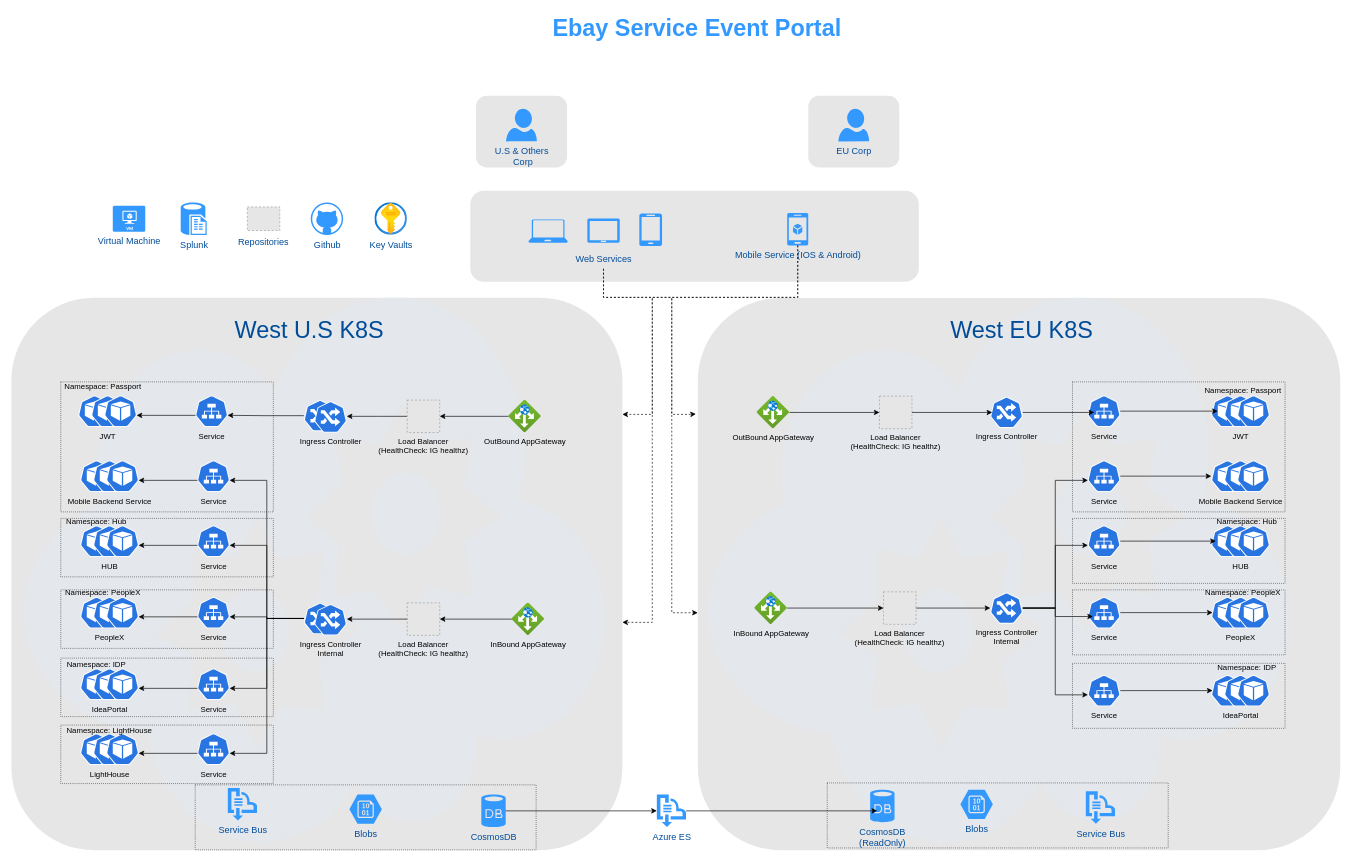
GallonFan/hello_world_java keeps this draw.io diagram as .drawio. Above is the earlier version. Source tidied: cells renumbered, new cells numbered last; positions are measured from the earlier drawing's top-left corner, leaving out a move shared by most shapes. Both pictures are drawn from the tidied source at 65%, with x=0, y=0 at pixel (11, 11). Pictures stored in the file or linked from it are replaced by grey dashed boxes.
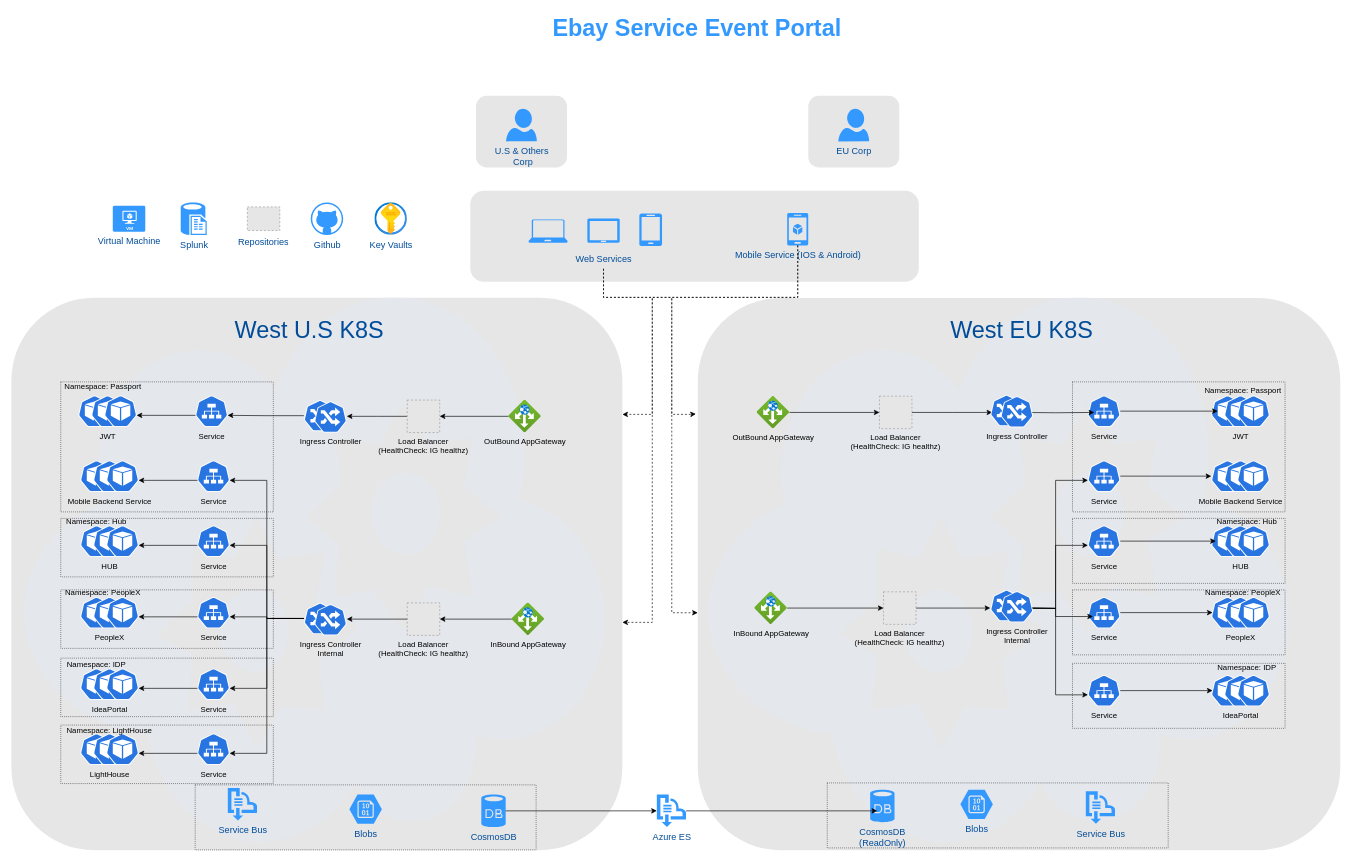
Above is the later version.

Unchanged cells that the change refers to:
```xml
<mxCell id="41" value="Load Balancer&#10;(HealthCheck: IG healthz)" style="fillColor=#E6E6E6;strokeColor=#999999;dashed=1;verticalLabelPosition=bottom;labelBackgroundColor=none;verticalAlign=top;" parent="1" vertex="1">
  <mxGeometry x="1341.8" y="893" width="50" height="50" as="geometry" />
</mxCell>
<mxCell id="42" value="Load Balancer&#10;(HealthCheck: IG healthz)" style="fillColor=#E6E6E6;strokeColor=#999999;dashed=1;verticalLabelPosition=bottom;labelBackgroundColor=none;verticalAlign=top;" parent="1" vertex="1">
  <mxGeometry x="1335.5" y="592" width="50" height="50" as="geometry" />
</mxCell>
<mxCell id="94" value="Service" style="sketch=0;html=1;dashed=0;whitespace=wrap;fillColor=#2875E2;strokeColor=#ffffff;points=[[0.005,0.63,0],[0.1,0.2,0],[0.9,0.2,0],[0.5,0,0],[0.995,0.63,0],[0.72,0.99,0],[0.5,1,0],[0.28,0.99,0]];verticalLabelPosition=bottom;align=center;verticalAlign=top;shape=mxgraph.kubernetes.icon;prIcon=svc;" parent="93" vertex="1">
  <mxGeometry width="50" height="50" as="geometry" />
</mxCell>
<mxCell id="106" value="Service" style="sketch=0;html=1;dashed=0;whitespace=wrap;fillColor=#2875E2;strokeColor=#ffffff;points=[[0.005,0.63,0],[0.1,0.2,0],[0.9,0.2,0],[0.5,0,0],[0.995,0.63,0],[0.72,0.99,0],[0.5,1,0],[0.28,0.99,0]];verticalLabelPosition=bottom;align=center;verticalAlign=top;shape=mxgraph.kubernetes.icon;prIcon=svc;fontStyle=0;" parent="100" vertex="1">
  <mxGeometry width="50" height="50" as="geometry" />
</mxCell>
<mxCell id="112" value="Service" style="sketch=0;html=1;dashed=0;whitespace=wrap;fillColor=#2875E2;strokeColor=#ffffff;points=[[0.005,0.63,0],[0.1,0.2,0],[0.9,0.2,0],[0.5,0,0],[0.995,0.63,0],[0.72,0.99,0],[0.5,1,0],[0.28,0.99,0]];verticalLabelPosition=bottom;align=center;verticalAlign=top;shape=mxgraph.kubernetes.icon;prIcon=svc;" parent="107" vertex="1">
  <mxGeometry width="50" height="50" as="geometry" />
</mxCell>
<mxCell id="119" value="Service" style="sketch=0;html=1;dashed=0;whitespace=wrap;fillColor=#2875E2;strokeColor=#ffffff;points=[[0.005,0.63,0],[0.1,0.2,0],[0.9,0.2,0],[0.5,0,0],[0.995,0.63,0],[0.72,0.99,0],[0.5,1,0],[0.28,0.99,0]];verticalLabelPosition=bottom;align=center;verticalAlign=top;shape=mxgraph.kubernetes.icon;prIcon=svc;" parent="114" vertex="1">
  <mxGeometry width="50" height="50" as="geometry" />
</mxCell>
<mxCell id="126" value="Service" style="sketch=0;html=1;dashed=0;whitespace=wrap;fillColor=#2875E2;strokeColor=#ffffff;points=[[0.005,0.63,0],[0.1,0.2,0],[0.9,0.2,0],[0.5,0,0],[0.995,0.63,0],[0.72,0.99,0],[0.5,1,0],[0.28,0.99,0]];verticalLabelPosition=bottom;align=center;verticalAlign=top;shape=mxgraph.kubernetes.icon;prIcon=svc;" parent="121" vertex="1">
  <mxGeometry width="50" height="50" as="geometry" />
</mxCell>
```

The edit, as a diff of the source:
```diff
@@
-    <mxCell id="40" style="edgeStyle=orthogonalEdgeStyle;rounded=0;jettySize=auto;html=1;" parent="1" edge="1" source="41" target="44">
-      <mxGeometry relative="1" as="geometry" />
+    <mxCell id="40" style="edgeStyle=orthogonalEdgeStyle;rounded=0;jettySize=auto;html=1;" parent="1" edge="1" source="41">
+      <mxGeometry relative="1" as="geometry">
+        <mxPoint x="1506" y="918" as="targetPoint" />
+      </mxGeometry>
     </mxCell>
@@
-    <mxCell id="43" value="Ingress Controller" style="sketch=0;html=1;dashed=0;whitespace=wrap;fillColor=#2875E2;strokeColor=#ffffff;points=[[0.005,0.63,0],[0.1,0.2,0],[0.9,0.2,0],[0.5,0,0],[0.995,0.63,0],[0.72,0.99,0],[0.5,1,0],[0.28,0.99,0]];verticalLabelPosition=bottom;align=center;verticalAlign=top;shape=mxgraph.kubernetes.icon;prIcon=ing;" parent="1" vertex="1">
-      <mxGeometry x="1506" y="593" width="50" height="48" as="geometry" />
-    </mxCell>
-    <mxCell id="44" value="Ingress Controller&lt;br&gt;Internal" style="sketch=0;html=1;dashed=0;whitespace=wrap;fillColor=#2875E2;strokeColor=#ffffff;points=[[0.005,0.63,0],[0.1,0.2,0],[0.9,0.2,0],[0.5,0,0],[0.995,0.63,0],[0.72,0.99,0],[0.5,1,0],[0.28,0.99,0]];verticalLabelPosition=bottom;align=center;verticalAlign=top;shape=mxgraph.kubernetes.icon;prIcon=ing;" parent="1" vertex="1">
-      <mxGeometry x="1506" y="894" width="50" height="48" as="geometry" />
-    </mxCell>
@@
-    <mxCell id="144" style="edgeStyle=orthogonalEdgeStyle;rounded=0;jettySize=auto;html=1;exitX=1;exitY=0.5;exitDx=0;exitDy=0;entryX=0.06;entryY=0.5;entryDx=0;entryDy=0;entryPerimeter=0;" parent="1" edge="1" source="42" target="43">
-      <mxGeometry relative="1" as="geometry" />
+    <mxCell id="144" style="edgeStyle=orthogonalEdgeStyle;rounded=0;jettySize=auto;html=1;exitX=1;exitY=0.5;exitDx=0;exitDy=0;entryX=0.06;entryY=0.5;entryDx=0;entryDy=0;entryPerimeter=0;" parent="1" edge="1" source="42">
+      <mxGeometry relative="1" as="geometry">
+        <mxPoint x="1509" y="617" as="targetPoint" />
+      </mxGeometry>
     </mxCell>
-    <mxCell id="145" style="edgeStyle=orthogonalEdgeStyle;rounded=0;jettySize=auto;html=1;entryX=0.2;entryY=0.54;entryDx=0;entryDy=0;entryPerimeter=0;" parent="1" edge="1" source="43" target="94">
-      <mxGeometry relative="1" as="geometry" />
+    <mxCell id="145" style="edgeStyle=orthogonalEdgeStyle;rounded=0;jettySize=auto;html=1;entryX=0.2;entryY=0.54;entryDx=0;entryDy=0;entryPerimeter=0;" parent="1" edge="1" target="94">
+      <mxGeometry relative="1" as="geometry">
+        <mxPoint x="1556" y="617" as="sourcePoint" />
+      </mxGeometry>
     </mxCell>
-    <mxCell id="146" style="edgeStyle=orthogonalEdgeStyle;rounded=0;jettySize=auto;html=1;entryX=0.005;entryY=0.63;entryDx=0;entryDy=0;entryPerimeter=0;" parent="1" edge="1" source="44" target="106">
-      <mxGeometry relative="1" as="geometry" />
+    <mxCell id="146" style="edgeStyle=orthogonalEdgeStyle;rounded=0;jettySize=auto;html=1;entryX=0.005;entryY=0.63;entryDx=0;entryDy=0;entryPerimeter=0;" parent="1" edge="1" target="106">
+      <mxGeometry relative="1" as="geometry">
+        <mxPoint x="1556" y="918" as="sourcePoint" />
+      </mxGeometry>
     </mxCell>
-    <mxCell id="147" style="edgeStyle=orthogonalEdgeStyle;rounded=0;jettySize=auto;html=1;entryX=0.005;entryY=0.63;entryDx=0;entryDy=0;entryPerimeter=0;" parent="1" edge="1" source="44" target="112">
-      <mxGeometry relative="1" as="geometry" />
+    <mxCell id="147" style="edgeStyle=orthogonalEdgeStyle;rounded=0;jettySize=auto;html=1;entryX=0.005;entryY=0.63;entryDx=0;entryDy=0;entryPerimeter=0;" parent="1" edge="1" target="112">
+      <mxGeometry relative="1" as="geometry">
+        <mxPoint x="1556" y="918" as="sourcePoint" />
+      </mxGeometry>
     </mxCell>
-    <mxCell id="148" style="edgeStyle=orthogonalEdgeStyle;rounded=0;jettySize=auto;html=1;entryX=0.16;entryY=0.62;entryDx=0;entryDy=0;entryPerimeter=0;" parent="1" edge="1" source="44" target="119">
-      <mxGeometry relative="1" as="geometry" />
+    <mxCell id="148" style="edgeStyle=orthogonalEdgeStyle;rounded=0;jettySize=auto;html=1;entryX=0.16;entryY=0.62;entryDx=0;entryDy=0;entryPerimeter=0;" parent="1" edge="1" target="119">
+      <mxGeometry relative="1" as="geometry">
+        <mxPoint x="1556" y="918" as="sourcePoint" />
+      </mxGeometry>
     </mxCell>
-    <mxCell id="149" style="edgeStyle=orthogonalEdgeStyle;rounded=0;jettySize=auto;html=1;entryX=0.005;entryY=0.63;entryDx=0;entryDy=0;entryPerimeter=0;" parent="1" edge="1" source="44" target="126">
-      <mxGeometry relative="1" as="geometry" />
+    <mxCell id="149" style="edgeStyle=orthogonalEdgeStyle;rounded=0;jettySize=auto;html=1;entryX=0.005;entryY=0.63;entryDx=0;entryDy=0;entryPerimeter=0;" parent="1" edge="1" target="126">
+      <mxGeometry relative="1" as="geometry">
+        <mxPoint x="1556" y="918" as="sourcePoint" />
+      </mxGeometry>
     </mxCell>
@@
+    <mxCell id="176" style="group;" parent="1" vertex="1">
+      <mxGeometry x="1506" y="590" width="66" height="50" as="geometry" />
+    </mxCell>
+    <mxCell id="177" style="sketch=0;html=1;dashed=0;whitespace=wrap;fillColor=#2875E2;strokeColor=#ffffff;verticalLabelPosition=bottom;align=center;verticalAlign=top;shape=mxgraph.kubernetes.icon;prIcon=ing;" parent="176" vertex="1">
+      <mxGeometry width="50" height="48" as="geometry" />
+    </mxCell>
+    <mxCell id="43" value="Ingress Controller" style="sketch=0;html=1;dashed=0;whitespace=wrap;fillColor=#2875E2;strokeColor=#ffffff;points=[[0.005,0.63,0],[0.1,0.2,0],[0.9,0.2,0],[0.5,0,0],[0.995,0.63,0],[0.72,0.99,0],[0.5,1,0],[0.28,0.99,0]];verticalLabelPosition=bottom;align=center;verticalAlign=top;shape=mxgraph.kubernetes.icon;prIcon=ing;" parent="176" vertex="1">
+      <mxGeometry x="16" y="2" width="50" height="48" as="geometry" />
+    </mxCell>
+    <mxCell id="178" style="group;" parent="1" vertex="1">
+      <mxGeometry x="1506" y="890" width="66" height="50" as="geometry" />
+    </mxCell>
+    <mxCell id="179" style="sketch=0;html=1;dashed=0;whitespace=wrap;fillColor=#2875E2;strokeColor=#ffffff;verticalLabelPosition=bottom;align=center;verticalAlign=top;shape=mxgraph.kubernetes.icon;prIcon=ing;" parent="178" vertex="1">
+      <mxGeometry width="50" height="48" as="geometry" />
+    </mxCell>
+    <mxCell id="44" value="Ingress Controller&lt;br&gt;Internal" style="sketch=0;html=1;dashed=0;whitespace=wrap;fillColor=#2875E2;strokeColor=#ffffff;points=[[0.005,0.63,0],[0.1,0.2,0],[0.9,0.2,0],[0.5,0,0],[0.995,0.63,0],[0.72,0.99,0],[0.5,1,0],[0.28,0.99,0]];verticalLabelPosition=bottom;align=center;verticalAlign=top;shape=mxgraph.kubernetes.icon;prIcon=ing;" parent="178" vertex="1">
+      <mxGeometry x="16" y="2" width="50" height="48" as="geometry" />
+    </mxCell>
```
